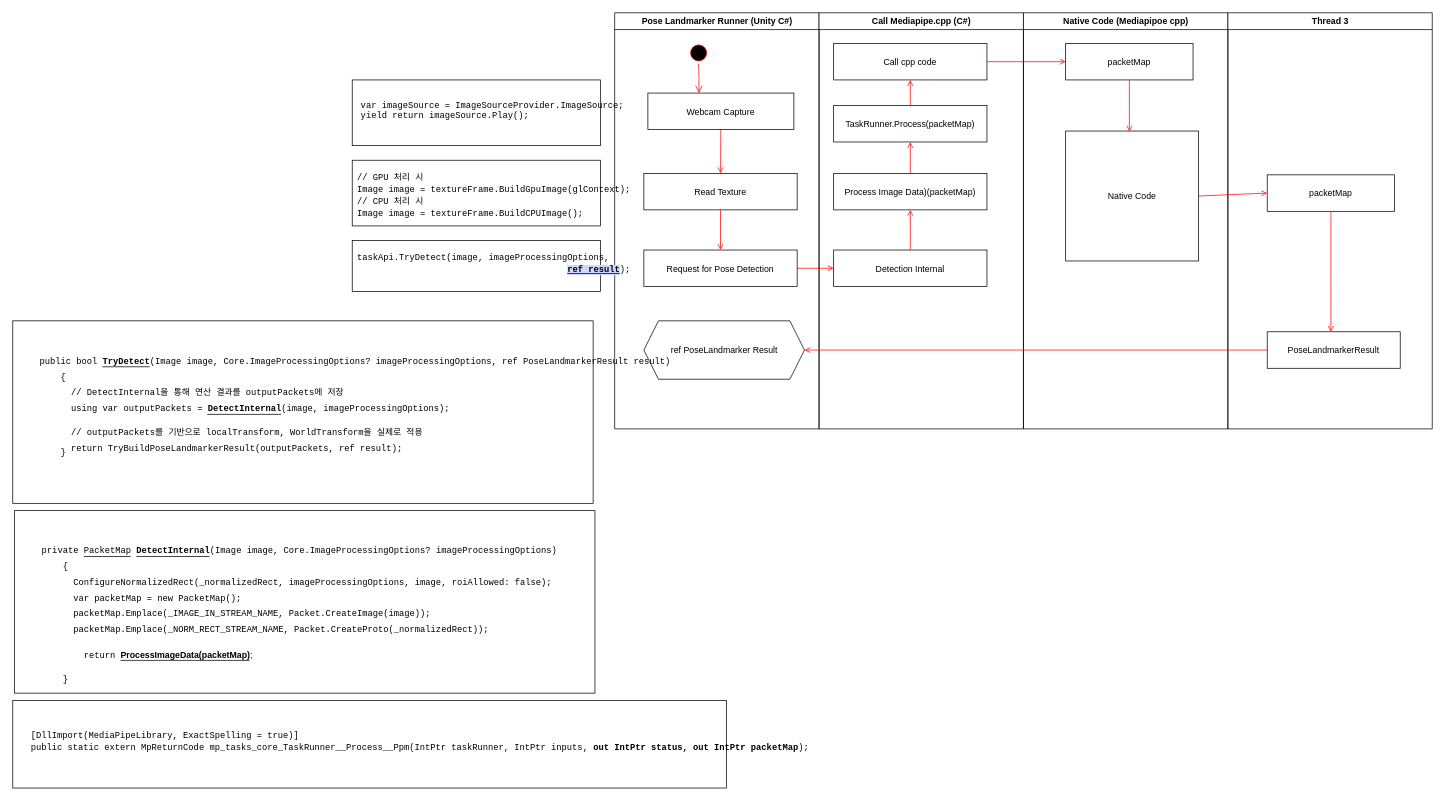
Above: MediapipeUnityPlugin_DataFlow.drawio in Ctrl-Alt-Bind/Binding-AI-XR-Alohyomora (draw.io), before the change. Source tidied: cells renumbered, new cells numbered last; positions are measured from the earlier drawing's top-left corner, leaving out a move shared by most shapes. Both pictures are drawn from the tidied source at 73%, with x=0, y=0 at pixel (12, 12).
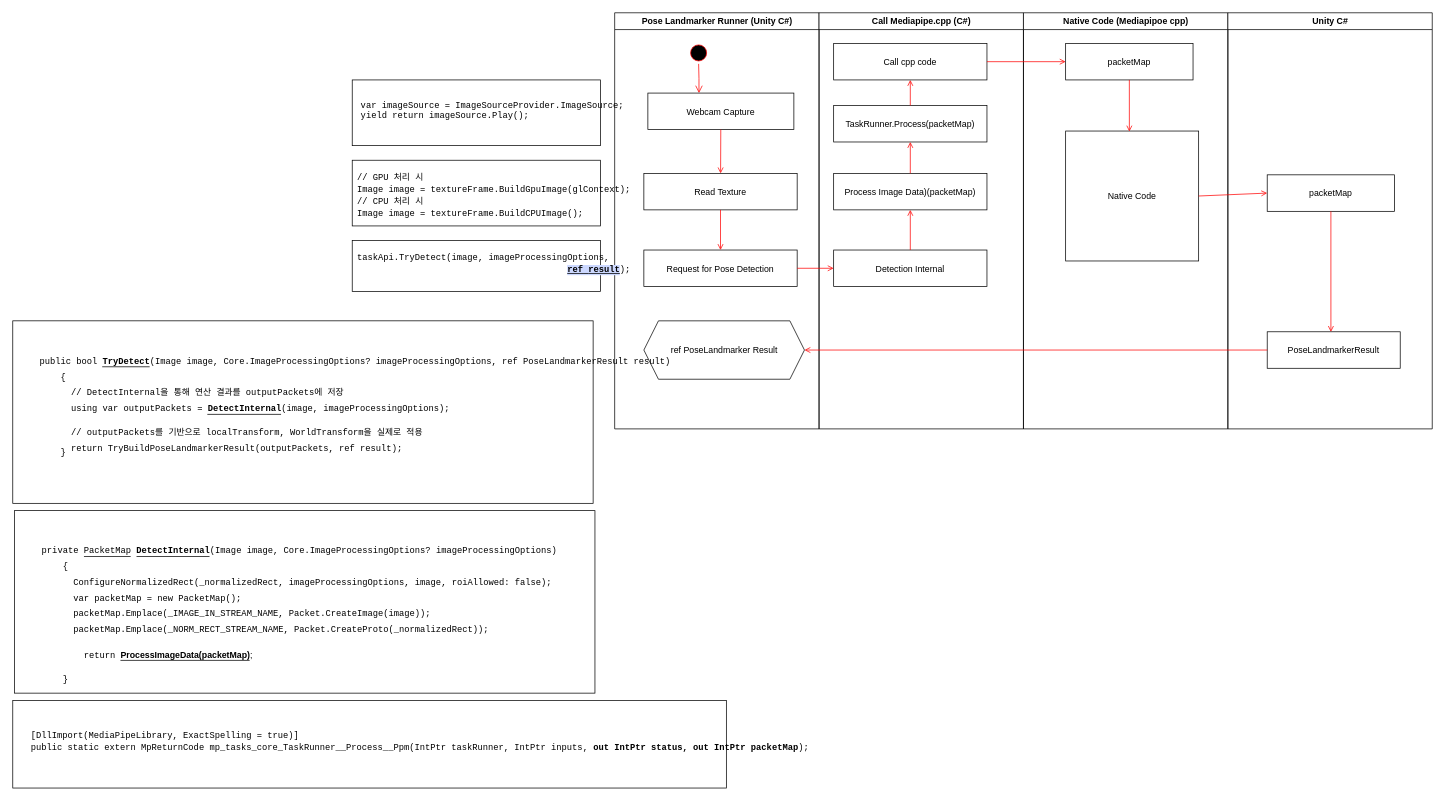
Above is the later version.

The edit, as a diff of the source:
```diff
@@
-    <mxCell id="24" value="Thread 3" style="swimlane;whiteSpace=wrap;" parent="1" vertex="1">
+    <mxCell id="24" value="Unity C#" style="swimlane;whiteSpace=wrap;startSize=23;" parent="1" vertex="1">
       <mxGeometry x="1664.5" width="280" height="570" as="geometry" />
     </mxCell>
```
